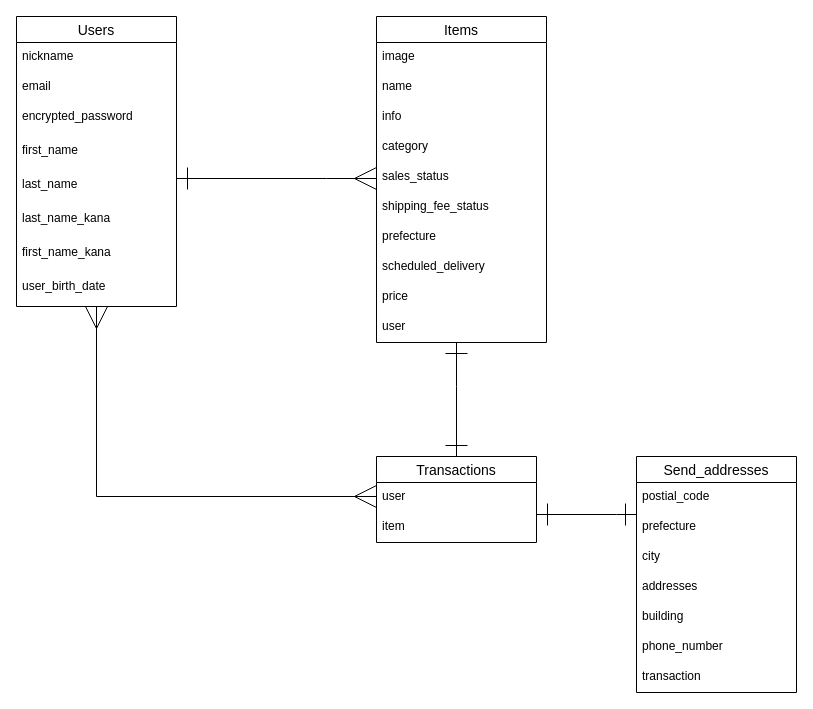
This is furima.dio from TsunokakeTaiki/furima-31694, a draw.io file, before an edit. Source tidied: cells renumbered, new cells numbered last; positions are measured from the earlier drawing's top-left corner, leaving out a move shared by most shapes. Both pictures are drawn from the tidied source at 100%, with x=0, y=0 at pixel (16, 16).
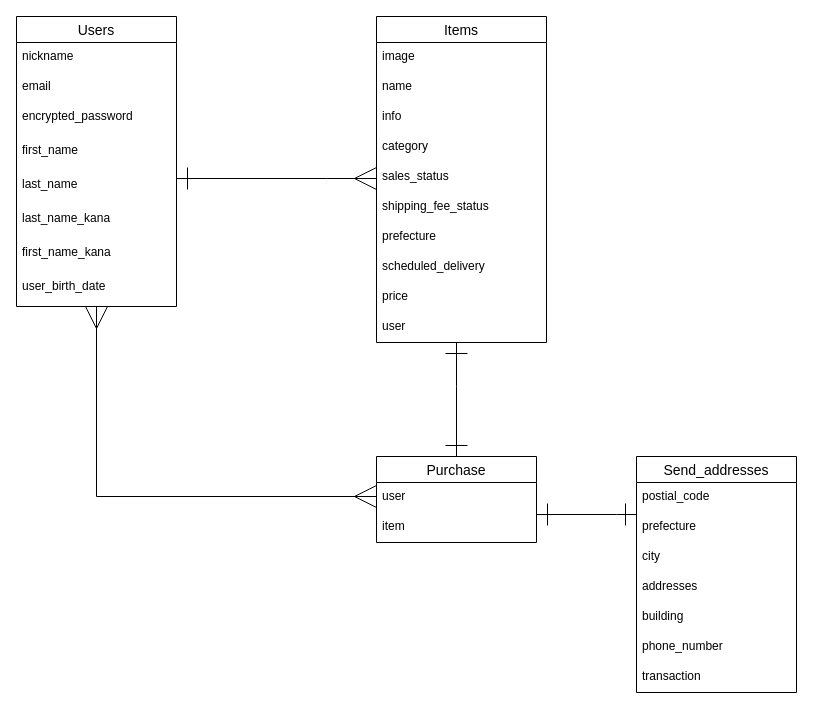
After the change.

Commit message (it also covers changes not shown here):
README、Transactionsテーブルの名称変更

Change to the diagram source:
```diff
@@
-    <mxCell id="5" value="Transactions" style="swimlane;fontStyle=0;horizontal=1;startSize=26;align=center;fontSize=14;" parent="1" vertex="1">
+    <mxCell id="5" value="Purchase" style="swimlane;fontStyle=0;horizontal=1;startSize=26;align=center;fontSize=14;" parent="1" vertex="1">
       <mxGeometry x="360" y="440" width="160" height="86" as="geometry" />
     </mxCell>
```
